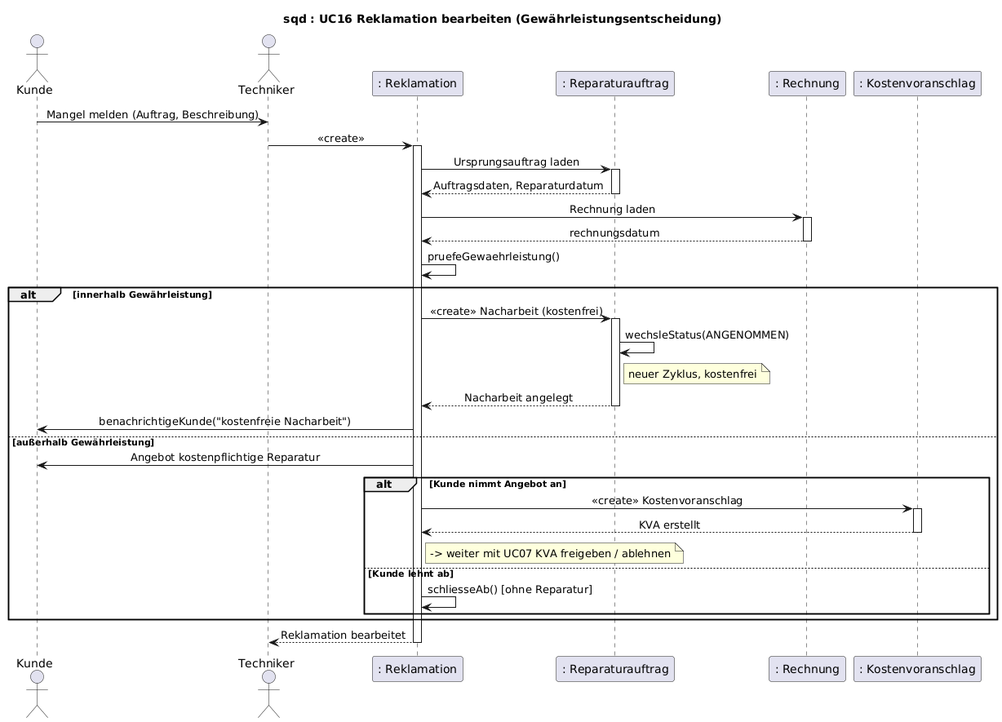
The PlantUML diagram uml/sequenz-05-reklamation.png in jakobschwan123-cmd/casestudy-semester-3, before a commit. The source it was exported from:
```plantuml
@startuml
title sqd : UC16 Reklamation bearbeiten (Gewährleistungsentscheidung)
skinparam defaultFontName Arial
skinparam sequenceMessageAlign center
actor Kunde
actor Techniker
participant ": Reklamation" as REK
participant ": Reparaturauftrag" as RA
participant ": Rechnung" as RE
participant ": Kostenvoranschlag" as KVA

Kunde -> Techniker : Mangel melden (Auftrag, Beschreibung)
Techniker -> REK : <<create>>
activate REK
REK -> RA : Ursprungsauftrag laden
activate RA
RA --> REK : Auftragsdaten, Reparaturdatum
deactivate RA
REK -> RE : Rechnung laden
activate RE
RE --> REK : rechnungsdatum
deactivate RE
REK -> REK : pruefeGewaehrleistung()

alt innerhalb Gewährleistung
    REK -> RA : <<create>> Nacharbeit (kostenfrei)
    activate RA
    RA -> RA : wechsleStatus(ANGENOMMEN)
    note right of RA : neuer Zyklus, kostenfrei
    RA --> REK : Nacharbeit angelegt
    deactivate RA
    REK -> Kunde : benachrichtigeKunde("kostenfreie Nacharbeit")
else außerhalb Gewährleistung
    REK -> Kunde : Angebot kostenpflichtige Reparatur
    alt Kunde nimmt Angebot an
        REK -> KVA : <<create>> Kostenvoranschlag
        activate KVA
        KVA --> REK : KVA erstellt
        deactivate KVA
        note right of REK : -> weiter mit UC07 KVA freigeben / ablehnen
    else Kunde lehnt ab
        REK -> REK : schliesseAb() [ohne Reparatur]
    end
end
REK --> Techniker : Reklamation bearbeitet
deactivate REK
@enduml
```
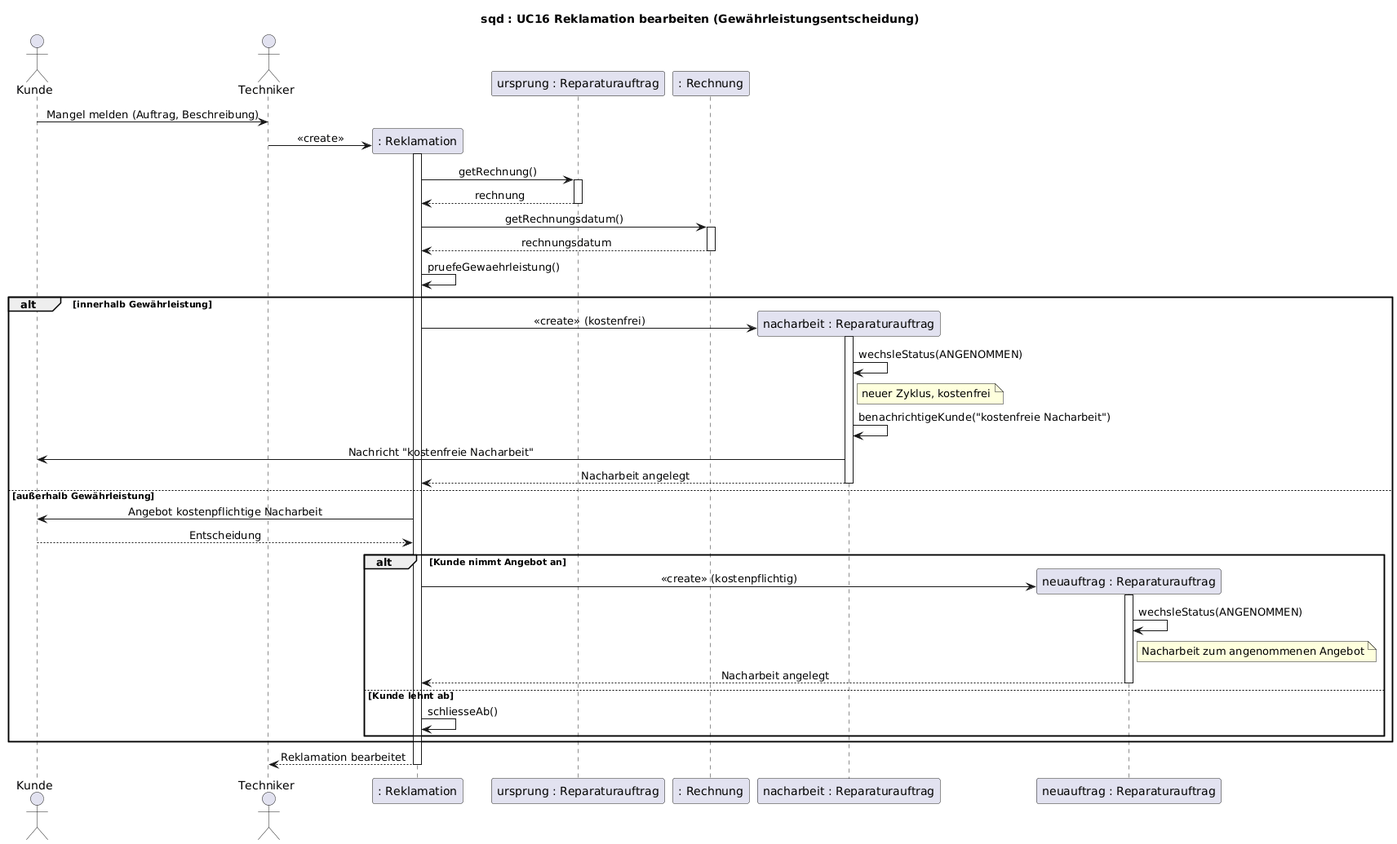
Above is the later version.

What changed in the source:
```diff
@@ -5,41 +5,48 @@
 actor Kunde
 actor Techniker
 participant ": Reklamation" as REK
-participant ": Reparaturauftrag" as RA
+participant "ursprung : Reparaturauftrag" as RA
 participant ": Rechnung" as RE
-participant ": Kostenvoranschlag" as KVA
+participant "nacharbeit : Reparaturauftrag" as NA
+participant "neuauftrag : Reparaturauftrag" as NEU
 
 Kunde -> Techniker : Mangel melden (Auftrag, Beschreibung)
+create REK
 Techniker -> REK : <<create>>
 activate REK
-REK -> RA : Ursprungsauftrag laden
+REK -> RA : getRechnung()
 activate RA
-RA --> REK : Auftragsdaten, Reparaturdatum
+RA --> REK : rechnung
 deactivate RA
-REK -> RE : Rechnung laden
+REK -> RE : getRechnungsdatum()
 activate RE
 RE --> REK : rechnungsdatum
 deactivate RE
 REK -> REK : pruefeGewaehrleistung()
 
 alt innerhalb Gewährleistung
-    REK -> RA : <<create>> Nacharbeit (kostenfrei)
-    activate RA
-    RA -> RA : wechsleStatus(ANGENOMMEN)
-    note right of RA : neuer Zyklus, kostenfrei
-    RA --> REK : Nacharbeit angelegt
-    deactivate RA
-    REK -> Kunde : benachrichtigeKunde("kostenfreie Nacharbeit")
+    create NA
+    REK -> NA : <<create>> (kostenfrei)
+    activate NA
+    NA -> NA : wechsleStatus(ANGENOMMEN)
+    note right of NA : neuer Zyklus, kostenfrei
+    NA -> NA : benachrichtigeKunde("kostenfreie Nacharbeit")
+    NA -> Kunde : Nachricht "kostenfreie Nacharbeit"
+    NA --> REK : Nacharbeit angelegt
+    deactivate NA
 else außerhalb Gewährleistung
-    REK -> Kunde : Angebot kostenpflichtige Reparatur
+    REK -> Kunde : Angebot kostenpflichtige Nacharbeit
+    Kunde --> REK : Entscheidung
     alt Kunde nimmt Angebot an
-        REK -> KVA : <<create>> Kostenvoranschlag
-        activate KVA
-        KVA --> REK : KVA erstellt
-        deactivate KVA
-        note right of REK : -> weiter mit UC07 KVA freigeben / ablehnen
+        create NEU
+        REK -> NEU : <<create>> (kostenpflichtig)
+        activate NEU
+        NEU -> NEU : wechsleStatus(ANGENOMMEN)
+        note right of NEU : Nacharbeit zum angenommenen Angebot
+        NEU --> REK : Nacharbeit angelegt
+        deactivate NEU
     else Kunde lehnt ab
-        REK -> REK : schliesseAb() [ohne Reparatur]
+        REK -> REK : schliesseAb()
     end
 end
 REK --> Techniker : Reklamation bearbeitet
```
